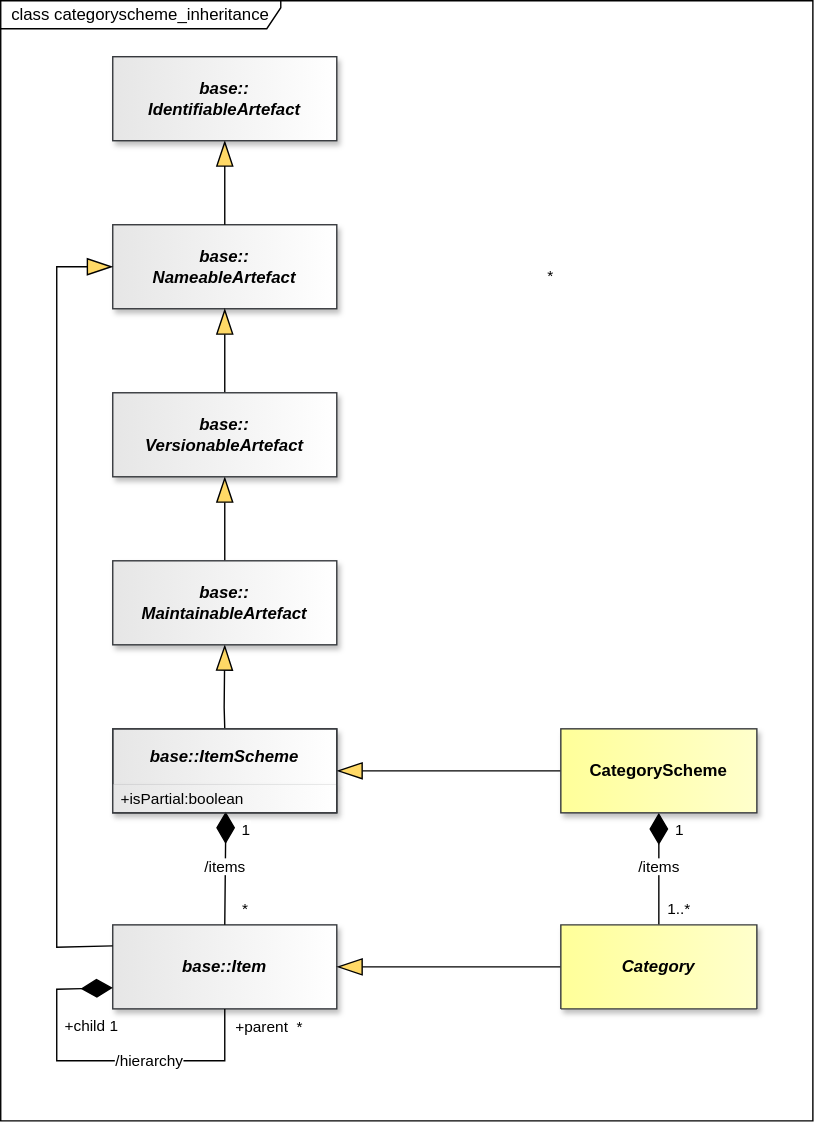
The draw.io diagram docs/information_model/media/sdmx_categoryscheme-categoryscheme_inheritance.svg in sdmx-twg/sdmx-im, before a commit. Source tidied: cells renumbered, new cells last; positions are measured from the earlier drawing's top-left corner, leaving out a move shared by most shapes.
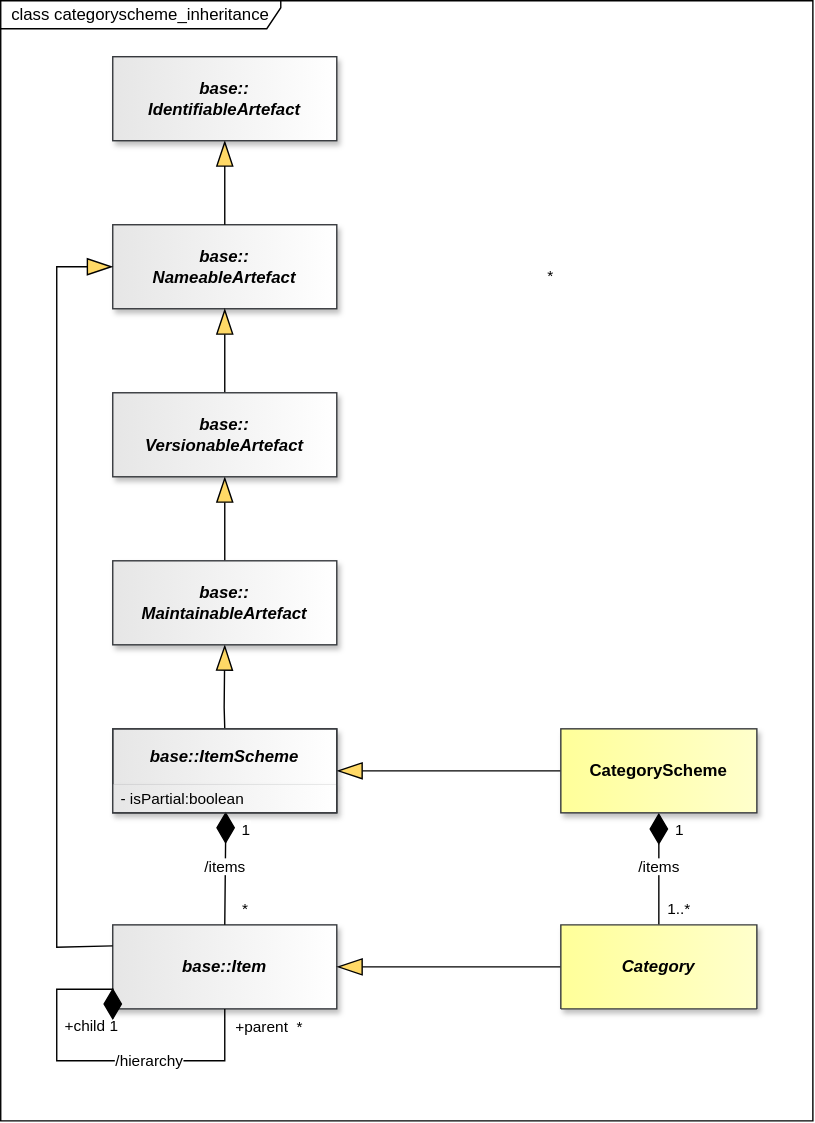
The same diagram one commit later.

Change to the diagram source:
```diff
@@ -66,7 +66,7 @@
     <mxCell id="17" value="base::ItemScheme" style="swimlane;fontStyle=3;align=center;verticalAlign=middle;horizontal=1;startSize=40;whiteSpace=wrap;html=1;strokeColor=#36393d;fontFamily=Helvetica;fontSize=12;fillColor=light-dark(#E6E6E6,#E6E6E6);gradientDirection=east;gradientColor=light-dark(#FFFFFF,#FFFFFF);fontColor=light-dark(#000000,#000000);shadow=1;" parent="1" vertex="1">
       <mxGeometry x="80" y="520" width="160" height="60" as="geometry" />
     </mxCell>
-    <mxCell id="18" value="+isPartial:boolean" style="text;strokeColor=none;fillColor=light-dark(#E6E6E6,#E6E6E6);align=left;verticalAlign=middle;spacingLeft=4;spacingRight=4;overflow=hidden;points=[[0,0.5],[1,0.5]];portConstraint=eastwest;whiteSpace=wrap;html=1;fontFamily=Helvetica;fontSize=11;fontColor=light-dark(#000000,#000000);fontStyle=0;gradientColor=light-dark(#FFFFFF,#FFFFFF);gradientDirection=east;shadow=1;" parent="17" vertex="1">
+    <mxCell id="18" value="- isPartial:boolean" style="text;strokeColor=none;fillColor=light-dark(#E6E6E6,#E6E6E6);align=left;verticalAlign=middle;spacingLeft=4;spacingRight=4;overflow=hidden;points=[[0,0.5],[1,0.5]];portConstraint=eastwest;whiteSpace=wrap;html=1;fontFamily=Helvetica;fontSize=11;fontColor=light-dark(#000000,#000000);fontStyle=0;gradientColor=light-dark(#FFFFFF,#FFFFFF);gradientDirection=east;shadow=1;" parent="17" vertex="1">
       <mxGeometry y="40" width="160" height="20" as="geometry" />
     </mxCell>
     <mxCell id="19" style="endArrow=blockThin;endSize=16;endFill=1;html=1;rounded=0;exitX=0;exitY=0.5;exitDx=0;exitDy=0;startFill=0;endFillColor=light-dark(#FFD966,#FFD966);strokeColor=light-dark(#000000,#FFFFFF);startFillColor=light-dark(#000000,#FFFFFF);labelBackgroundColor=none;labelBorderColor=light-dark(#000000,#FFFFFF);entryX=1;entryY=0.5;entryDx=0;entryDy=0;" parent="1" edge="1" source="26" target="17">
```
